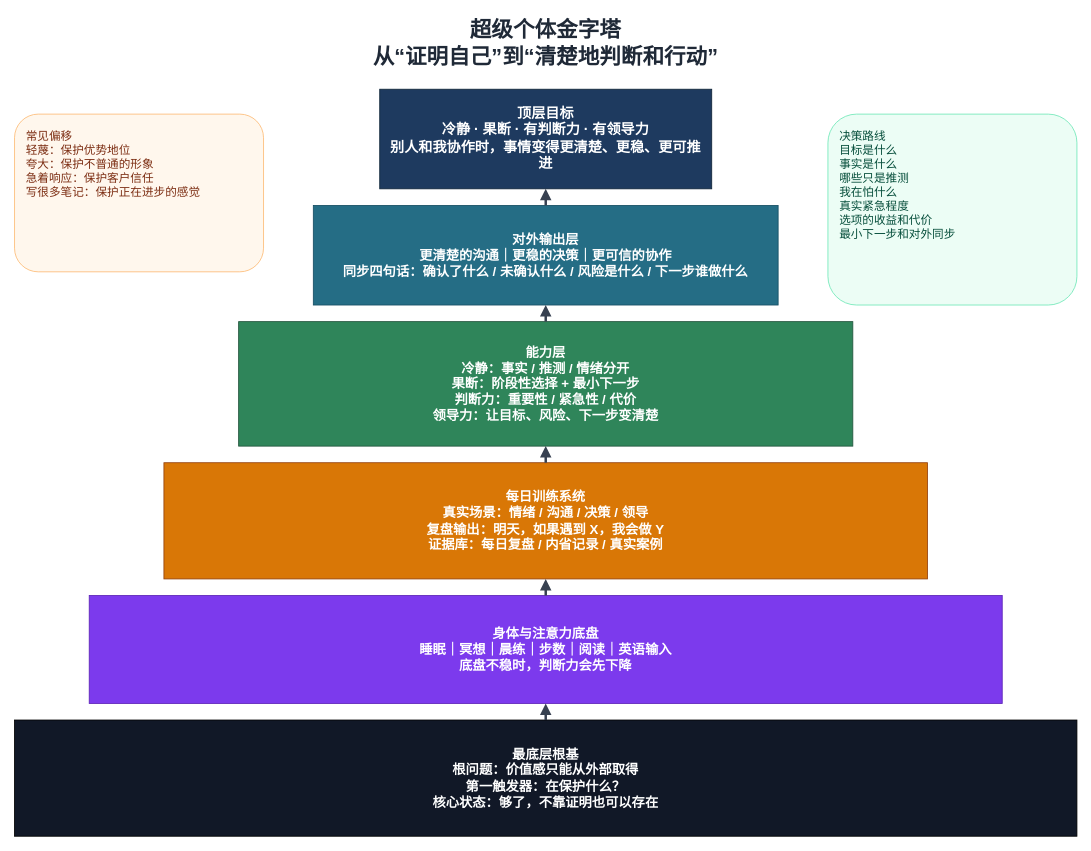
This is 超级个体金字塔.drawio from baiwei072-beep/my-mind-valut, a draw.io file, before an edit. Source tidied: cells renumbered, new cells numbered last; positions are measured from the earlier drawing's top-left corner, leaving out a move shared by most shapes. Both pictures are drawn from the tidied source at 83%, with x=0, y=0 at pixel (14, 14).
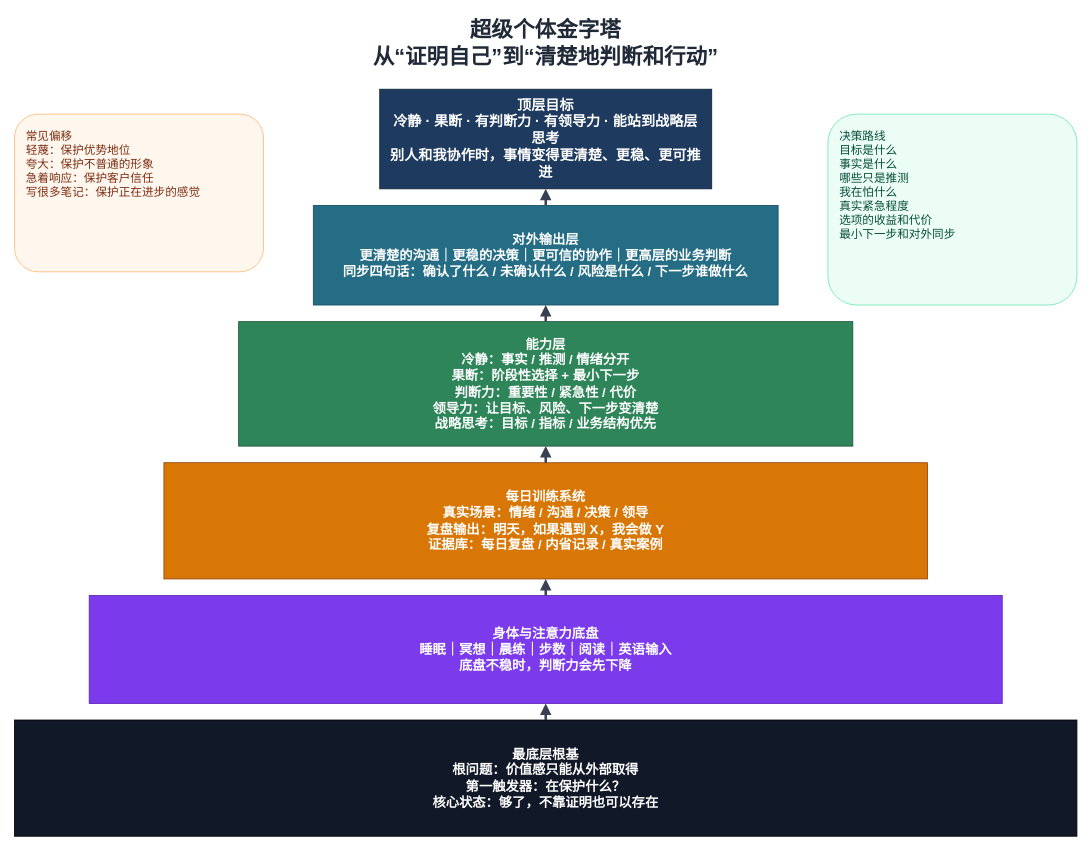
Above is the later version.

What changed in the source:
```diff
@@
 <mxGraphModel>
   <root>
     <mxCell id="0" />
     <mxCell id="1" parent="0" />
     <mxCell id="2" value="超级个体金字塔&#10;从“证明自己”到“清楚地判断和行动”" style="text;html=1;strokeColor=none;fillColor=none;align=center;verticalAlign=middle;whiteSpace=wrap;rounded=0;fontSize=26;fontStyle=1;fontColor=#1F2937;" parent="1" vertex="1">
       <mxGeometry x="240" width="800" height="70" as="geometry" />
     </mxCell>
-    <mxCell id="3" value="顶层目标&#10;冷静 · 果断 · 有判断力 · 有领导力&#10;别人和我协作时，事情变得更清楚、更稳、更可推进" style="rounded=0;whiteSpace=wrap;html=1;fillColor=#1E3A5F;strokeColor=#0F2438;fontColor=#FFFFFF;fontSize=17;fontStyle=1;align=center;verticalAlign=middle;spacing=10;" parent="1" vertex="1">
+    <mxCell id="3" value="顶层目标&#10;冷静 · 果断 · 有判断力 · 有领导力 · 能站到战略层思考&#10;别人和我协作时，事情变得更清楚、更稳、更可推进" style="rounded=0;whiteSpace=wrap;html=1;fillColor=#1E3A5F;strokeColor=#0F2438;fontColor=#FFFFFF;fontSize=17;fontStyle=1;align=center;verticalAlign=middle;spacing=10;" parent="1" vertex="1">
       <mxGeometry x="440" y="90" width="400" height="120" as="geometry" />
     </mxCell>
-    <mxCell id="4" value="对外输出层&#10;更清楚的沟通｜更稳的决策｜更可信的协作&#10;同步四句话：确认了什么 / 未确认什么 / 风险是什么 / 下一步谁做什么" style="rounded=0;whiteSpace=wrap;html=1;fillColor=#256D85;strokeColor=#164E63;fontColor=#FFFFFF;fontSize=16;fontStyle=1;align=center;verticalAlign=middle;spacing=10;" parent="1" vertex="1">
+    <mxCell id="4" value="对外输出层&#10;更清楚的沟通｜更稳的决策｜更可信的协作｜更高层的业务判断&#10;同步四句话：确认了什么 / 未确认什么 / 风险是什么 / 下一步谁做什么" style="rounded=0;whiteSpace=wrap;html=1;fillColor=#256D85;strokeColor=#164E63;fontColor=#FFFFFF;fontSize=16;fontStyle=1;align=center;verticalAlign=middle;spacing=10;" parent="1" vertex="1">
       <mxGeometry x="360" y="230" width="560" height="120" as="geometry" />
     </mxCell>
-    <mxCell id="5" value="能力层&#10;冷静：事实 / 推测 / 情绪分开&#10;果断：阶段性选择 + 最小下一步&#10;判断力：重要性 / 紧急性 / 代价&#10;领导力：让目标、风险、下一步变清楚" style="rounded=0;whiteSpace=wrap;html=1;fillColor=#2F855A;strokeColor=#22543D;fontColor=#FFFFFF;fontSize=16;fontStyle=1;align=center;verticalAlign=middle;spacing=10;" parent="1" vertex="1">
+    <mxCell id="5" value="能力层&#10;冷静：事实 / 推测 / 情绪分开&#10;果断：阶段性选择 + 最小下一步&#10;判断力：重要性 / 紧急性 / 代价&#10;领导力：让目标、风险、下一步变清楚&#10;战略思考：目标 / 指标 / 业务结构优先" style="rounded=0;whiteSpace=wrap;html=1;fillColor=#2F855A;strokeColor=#22543D;fontColor=#FFFFFF;fontSize=16;fontStyle=1;align=center;verticalAlign=middle;spacing=10;" parent="1" vertex="1">
       <mxGeometry x="270" y="370" width="740" height="150" as="geometry" />
     </mxCell>
     <mxCell id="6" value="每日训练系统&#10;真实场景：情绪 / 沟通 / 决策 / 领导&#10;复盘输出：明天，如果遇到 X，我会做 Y&#10;证据库：每日复盘 / 内省记录 / 真实案例" style="rounded=0;whiteSpace=wrap;html=1;fillColor=#D97706;strokeColor=#92400E;fontColor=#FFFFFF;fontSize=16;fontStyle=1;align=center;verticalAlign=middle;spacing=10;" parent="1" vertex="1">
       <mxGeometry x="180" y="540" width="920" height="140" as="geometry" />
     </mxCell>
     <mxCell id="7" value="身体与注意力底盘&#10;睡眠｜冥想｜晨练｜步数｜阅读｜英语输入&#10;底盘不稳时，判断力会先下降" style="rounded=0;whiteSpace=wrap;html=1;fillColor=#7C3AED;strokeColor=#5B21B6;fontColor=#FFFFFF;fontSize=16;fontStyle=1;align=center;verticalAlign=middle;spacing=10;" parent="1" vertex="1">
       <mxGeometry x="90" y="700" width="1100" height="130" as="geometry" />
     </mxCell>
     <mxCell id="8" value="最底层根基&#10;根问题：价值感只能从外部取得&#10;第一触发器：在保护什么？&#10;核心状态：够了，不靠证明也可以存在" style="rounded=0;whiteSpace=wrap;html=1;fillColor=#111827;strokeColor=#000000;fontColor=#FFFFFF;fontSize=16;fontStyle=1;align=center;verticalAlign=middle;spacing=10;" parent="1" vertex="1">
       <mxGeometry y="850" width="1280" height="140" as="geometry" />
     </mxCell>
     <mxCell id="9" value="常见偏移&#10;轻蔑：保护优势地位&#10;夸大：保护不普通的形象&#10;急着响应：保护客户信任&#10;写很多笔记：保护正在进步的感觉" style="rounded=1;whiteSpace=wrap;html=1;fillColor=#FFF7ED;strokeColor=#FDBA74;fontColor=#7C2D12;fontSize=14;align=left;verticalAlign=top;spacing=14;" parent="1" vertex="1">
       <mxGeometry y="120" width="300" height="190" as="geometry" />
     </mxCell>
     <mxCell id="10" value="决策路线&#10;目标是什么&#10;事实是什么&#10;哪些只是推测&#10;我在怕什么&#10;真实紧急程度&#10;选项的收益和代价&#10;最小下一步和对外同步" style="rounded=1;whiteSpace=wrap;html=1;fillColor=#ECFDF5;strokeColor=#6EE7B7;fontColor=#064E3B;fontSize=14;align=left;verticalAlign=top;spacing=14;" parent="1" vertex="1">
       <mxGeometry x="980" y="120" width="300" height="230" as="geometry" />
     </mxCell>
     <mxCell id="11" style="endArrow=block;html=1;rounded=0;strokeWidth=3;strokeColor=#374151;" parent="1" edge="1" source="8" target="7">
       <mxGeometry relative="1" as="geometry" />
     </mxCell>
     <mxCell id="12" style="endArrow=block;html=1;rounded=0;strokeWidth=3;strokeColor=#374151;" parent="1" edge="1" source="7" target="6">
       <mxGeometry relative="1" as="geometry" />
     </mxCell>
     <mxCell id="13" style="endArrow=block;html=1;rounded=0;strokeWidth=3;strokeColor=#374151;" parent="1" edge="1" source="6" target="5">
       <mxGeometry relative="1" as="geometry" />
     </mxCell>
     <mxCell id="14" style="endArrow=block;html=1;rounded=0;strokeWidth=3;strokeColor=#374151;" parent="1" edge="1" source="5" target="4">
       <mxGeometry relative="1" as="geometry" />
     </mxCell>
     <mxCell id="15" style="endArrow=block;html=1;rounded=0;strokeWidth=3;strokeColor=#374151;" parent="1" edge="1" source="4" target="3">
       <mxGeometry relative="1" as="geometry" />
     </mxCell>
   </root>
 </mxGraphModel>
```
